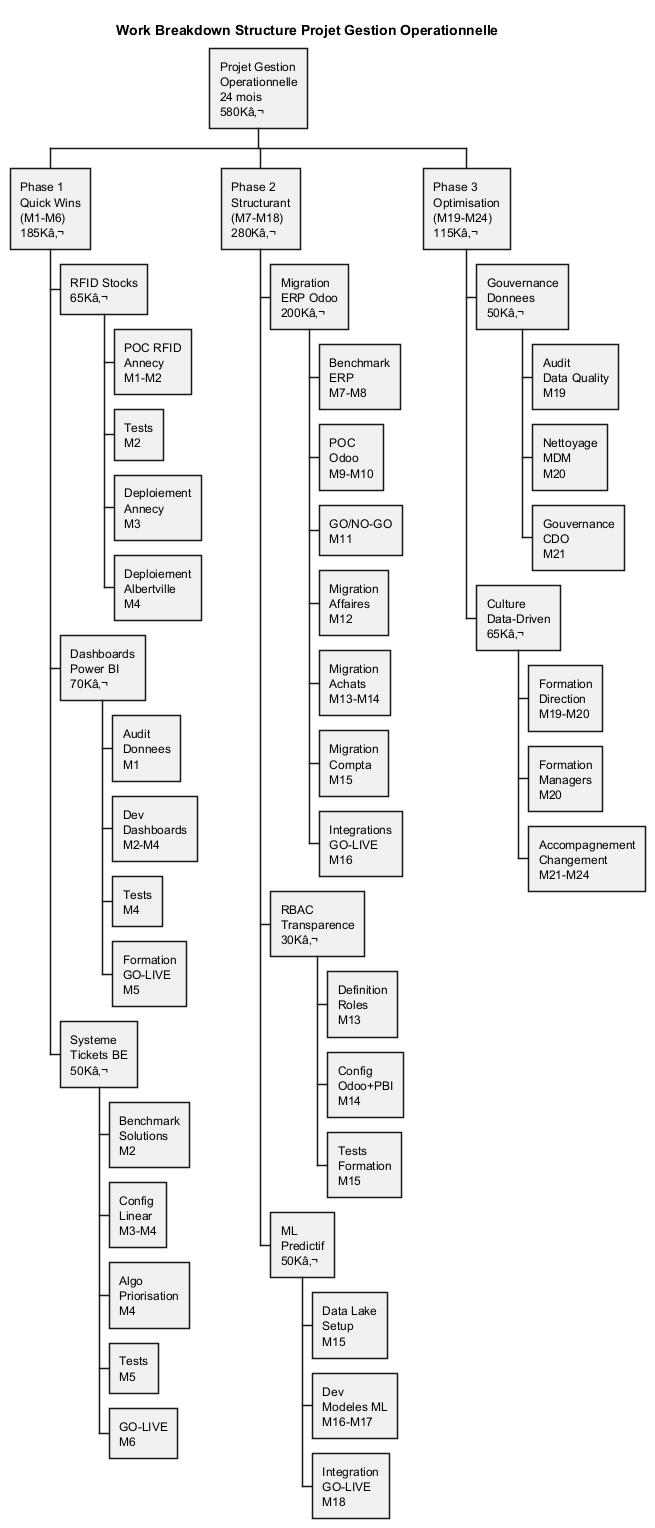
The PlantUML diagram Services/Gestion-Operationnelle/uml/png/WBS_Projet.png in JordanSerafini/Audit_Duret, before a commit. The source it was exported from:
```plantuml
@startwbs WBS_Projet

title Work Breakdown Structure Projet Gestion Operationnelle

* Projet Gestion\nOperationnelle\n24 mois\n580Kâ‚¬

** Phase 1\nQuick Wins\n(M1-M6)\n185Kâ‚¬

*** RFID Stocks\n65Kâ‚¬
**** POC RFID\nAnnecy\nM1-M2
**** Tests\nM2
**** Deploiement\nAnnecy\nM3
**** Deploiement\nAlbertville\nM4

*** Dashboards\nPower BI\n70Kâ‚¬
**** Audit\nDonnees\nM1
**** Dev\nDashboards\nM2-M4
**** Tests\nM4
**** Formation\nGO-LIVE\nM5

*** Systeme\nTickets BE\n50Kâ‚¬
**** Benchmark\nSolutions\nM2
**** Config\nLinear\nM3-M4
**** Algo\nPriorisation\nM4
**** Tests\nM5
**** GO-LIVE\nM6

** Phase 2\nStructurant\n(M7-M18)\n280Kâ‚¬

*** Migration\nERP Odoo\n200Kâ‚¬
**** Benchmark\nERP\nM7-M8
**** POC\nOdoo\nM9-M10
**** GO/NO-GO\nM11
**** Migration\nAffaires\nM12
**** Migration\nAchats\nM13-M14
**** Migration\nCompta\nM15
**** Integrations\nGO-LIVE\nM16

*** RBAC\nTransparence\n30Kâ‚¬
**** Definition\nRoles\nM13
**** Config\nOdoo+PBI\nM14
**** Tests\nFormation\nM15

*** ML\nPredictif\n50Kâ‚¬
**** Data Lake\nSetup\nM15
**** Dev\nModeles ML\nM16-M17
**** Integration\nGO-LIVE\nM18

** Phase 3\nOptimisation\n(M19-M24)\n115Kâ‚¬

*** Gouvernance\nDonnees\n50Kâ‚¬
**** Audit\nData Quality\nM19
**** Nettoyage\nMDM\nM20
**** Gouvernance\nCDO\nM21

*** Culture\nData-Driven\n65Kâ‚¬
**** Formation\nDirection\nM19-M20
**** Formation\nManagers\nM20
**** Accompagnement\nChangement\nM21-M24

@endwbs
```
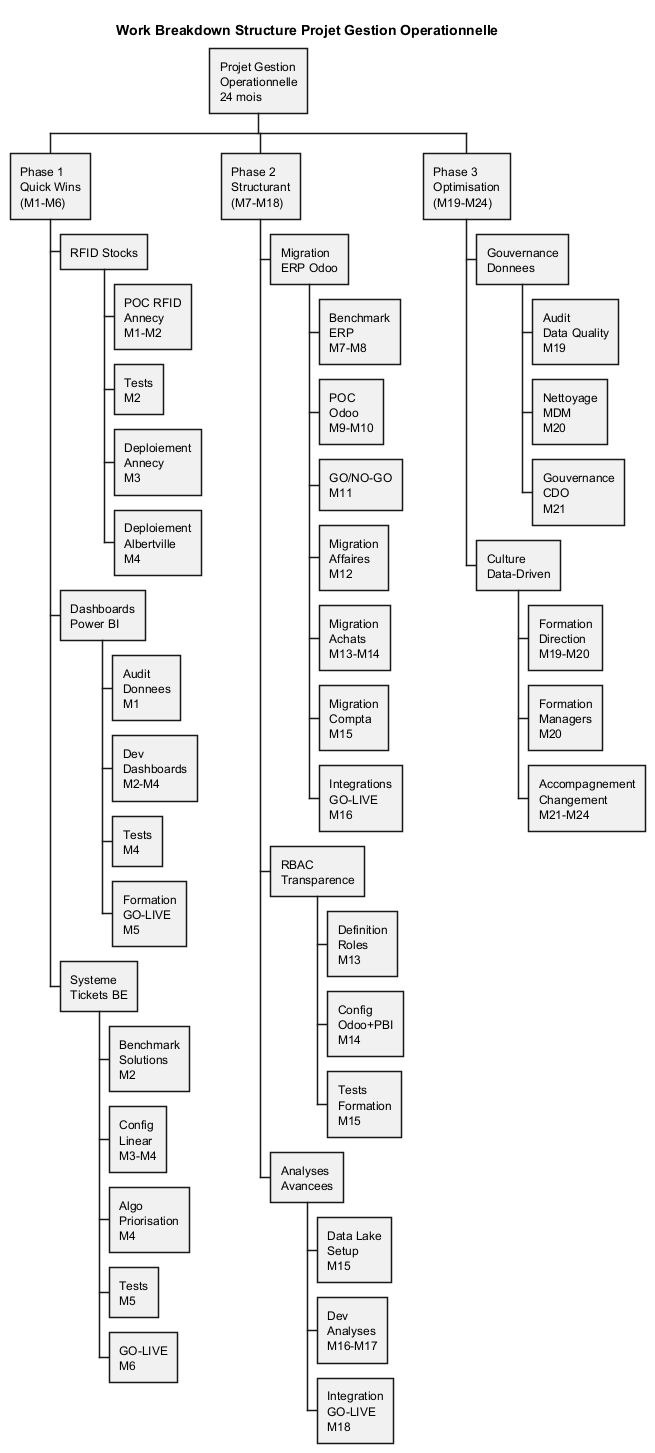
The same file after the commit.

Diff of the diagram source:
```diff
@@ -2,32 +2,32 @@
 
 title Work Breakdown Structure Projet Gestion Operationnelle
 
-* Projet Gestion\nOperationnelle\n24 mois\n580Kâ‚¬
+* Projet Gestion\nOperationnelle\n24 mois
 
-** Phase 1\nQuick Wins\n(M1-M6)\n185Kâ‚¬
+** Phase 1\nQuick Wins\n(M1-M6)
 
-*** RFID Stocks\n65Kâ‚¬
+*** RFID Stocks
 **** POC RFID\nAnnecy\nM1-M2
 **** Tests\nM2
 **** Deploiement\nAnnecy\nM3
 **** Deploiement\nAlbertville\nM4
 
-*** Dashboards\nPower BI\n70Kâ‚¬
+*** Dashboards\nPower BI
 **** Audit\nDonnees\nM1
 **** Dev\nDashboards\nM2-M4
 **** Tests\nM4
 **** Formation\nGO-LIVE\nM5
 
-*** Systeme\nTickets BE\n50Kâ‚¬
+*** Systeme\nTickets BE
 **** Benchmark\nSolutions\nM2
 **** Config\nLinear\nM3-M4
 **** Algo\nPriorisation\nM4
 **** Tests\nM5
 **** GO-LIVE\nM6
 
-** Phase 2\nStructurant\n(M7-M18)\n280Kâ‚¬
+** Phase 2\nStructurant\n(M7-M18)
 
-*** Migration\nERP Odoo\n200Kâ‚¬
+*** Migration\nERP Odoo
 **** Benchmark\nERP\nM7-M8
 **** POC\nOdoo\nM9-M10
 **** GO/NO-GO\nM11
@@ -36,24 +36,24 @@
 **** Migration\nCompta\nM15
 **** Integrations\nGO-LIVE\nM16
 
-*** RBAC\nTransparence\n30Kâ‚¬
+*** RBAC\nTransparence
 **** Definition\nRoles\nM13
 **** Config\nOdoo+PBI\nM14
 **** Tests\nFormation\nM15
 
-*** ML\nPredictif\n50Kâ‚¬
+*** Analyses\nAvancees
 **** Data Lake\nSetup\nM15
-**** Dev\nModeles ML\nM16-M17
+**** Dev\nAnalyses\nM16-M17
 **** Integration\nGO-LIVE\nM18
 
-** Phase 3\nOptimisation\n(M19-M24)\n115Kâ‚¬
+** Phase 3\nOptimisation\n(M19-M24)
 
-*** Gouvernance\nDonnees\n50Kâ‚¬
+*** Gouvernance\nDonnees
 **** Audit\nData Quality\nM19
 **** Nettoyage\nMDM\nM20
 **** Gouvernance\nCDO\nM21
 
-*** Culture\nData-Driven\n65Kâ‚¬
+*** Culture\nData-Driven
 **** Formation\nDirection\nM19-M20
 **** Formation\nManagers\nM20
 **** Accompagnement\nChangement\nM21-M24
```
